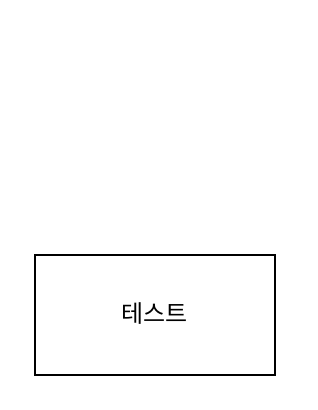
Seungwoon12/KhSemiProjectGroup3 keeps this draw.io diagram as movi_diagram.drawio. Above is the earlier version. Source tidied: cells renumbered, new cells numbered last; positions are measured from the earlier drawing's top-left corner, leaving out a move shared by most shapes. Both pictures are drawn from the tidied source at 200%, with x=0, y=0 at pixel (34, 254).
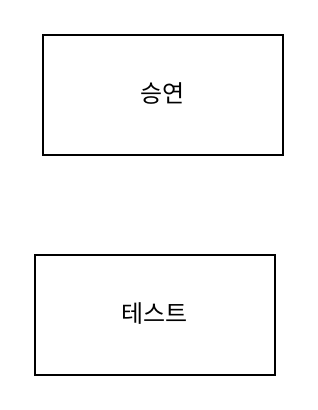
The same page after the edit.

Diff of the diagram source:
```diff
@@
 <mxGraphModel>
   <root>
     <mxCell id="0" />
     <mxCell id="1" parent="0" />
     <mxCell id="2" value="테스트" style="rounded=0;whiteSpace=wrap;html=1;" parent="1" vertex="1">
       <mxGeometry width="120" height="60" as="geometry" />
     </mxCell>
+    <mxCell id="3" value="승연" style="rounded=0;whiteSpace=wrap;html=1;" parent="1" vertex="1">
+      <mxGeometry x="4" y="-110" width="120" height="60" as="geometry" />
+    </mxCell>
   </root>
 </mxGraphModel>
```
